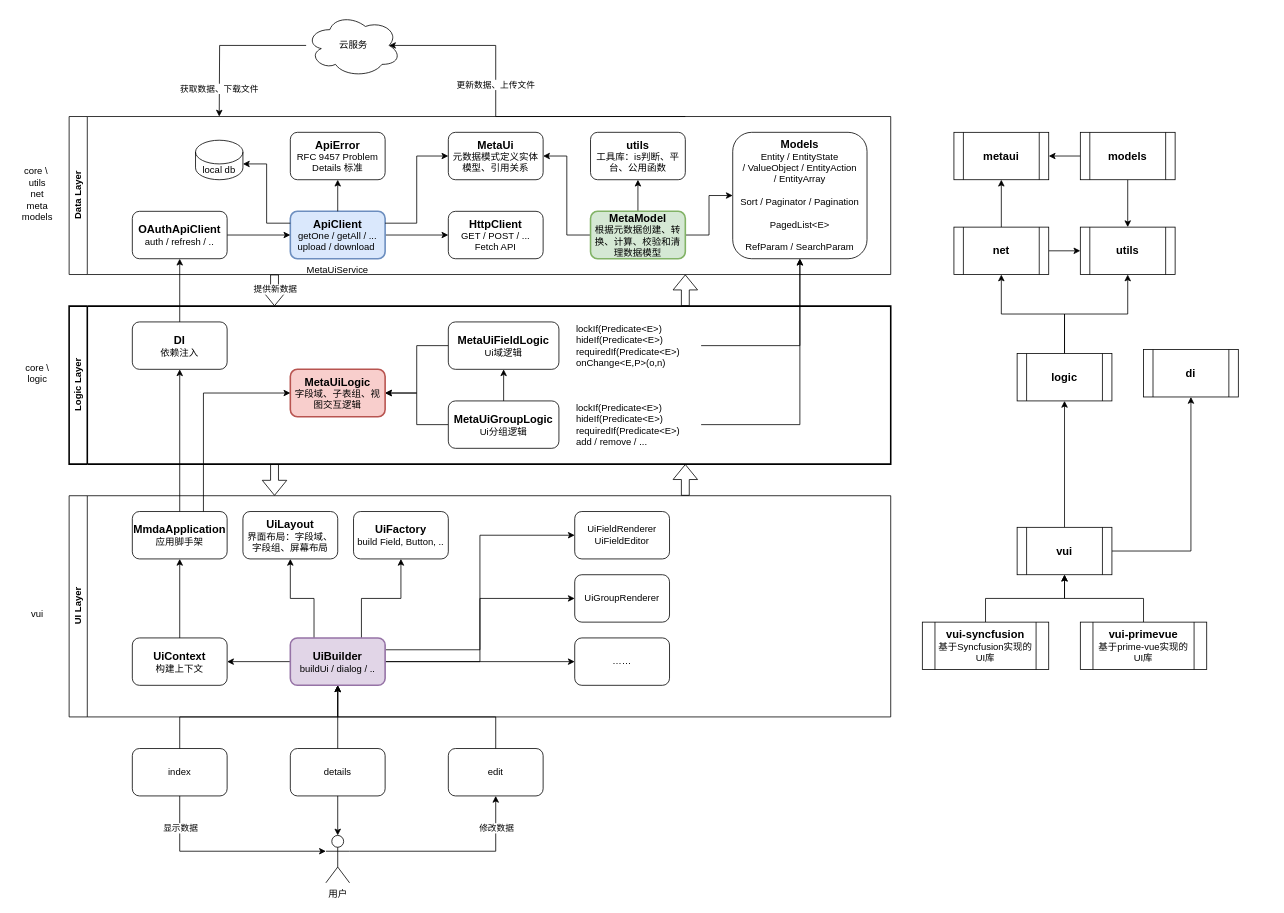
Earlier version of the draw.io diagram page "架构" (1 of 5) of docs/mmda-vue.drawio (Roy7611/mmda-vue). Source tidied: cells renumbered, new cells numbered last; positions are measured from the earlier drawing's top-left corner, leaving out a move shared by most shapes. Both pictures are drawn from the tidied source at 79%, with x=0, y=0 at pixel (13, 13).
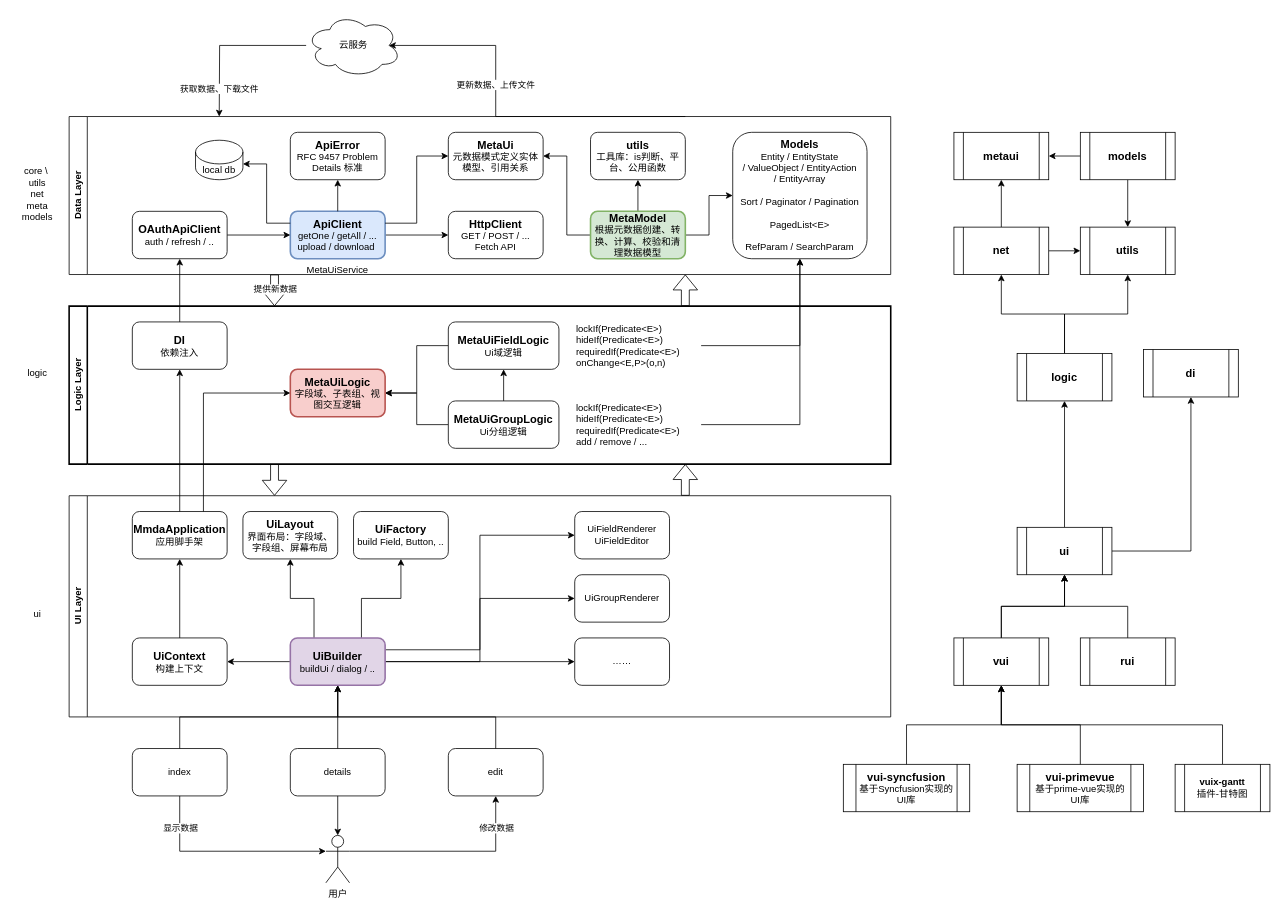
Above is the later version.

What changed in the source:
```diff
@@
-    <mxCell id="71" value="core \ logic" style="text;html=1;whiteSpace=wrap;strokeColor=none;fillColor=none;align=center;verticalAlign=middle;rounded=0;" parent="1" vertex="1">
+    <mxCell id="71" value="logic" style="text;html=1;whiteSpace=wrap;strokeColor=none;fillColor=none;align=center;verticalAlign=middle;rounded=0;" parent="1" vertex="1">
       <mxGeometry y="440" width="60" height="30" as="geometry" />
     </mxCell>
-    <mxCell id="72" value="&lt;div&gt;vui&lt;/div&gt;" style="text;html=1;whiteSpace=wrap;strokeColor=none;fillColor=none;align=center;verticalAlign=middle;rounded=0;" parent="1" vertex="1">
+    <mxCell id="72" value="&lt;div&gt;ui&lt;/div&gt;" style="text;html=1;whiteSpace=wrap;strokeColor=none;fillColor=none;align=center;verticalAlign=middle;rounded=0;" parent="1" vertex="1">
       <mxGeometry y="735" width="60" height="50" as="geometry" />
     </mxCell>
@@
-    <mxCell id="90" value="&lt;span&gt;vui&lt;/span&gt;" style="shape=process;whiteSpace=wrap;html=1;backgroundOutline=1;fontSize=14;fontStyle=1;" parent="1" vertex="1">
+    <mxCell id="90" value="&lt;span&gt;ui&lt;/span&gt;" style="shape=process;whiteSpace=wrap;html=1;backgroundOutline=1;fontSize=14;fontStyle=1;" parent="1" vertex="1">
       <mxGeometry x="1270" y="650" width="120" height="60" as="geometry" />
     </mxCell>
@@
-    <mxCell id="92" style="edgeStyle=orthogonalEdgeStyle;rounded=0;jettySize=auto;html=1;entryX=0.5;entryY=1;entryDx=0;entryDy=0;" parent="1" edge="1" source="93" target="90">
+    <mxCell id="92" style="edgeStyle=orthogonalEdgeStyle;rounded=0;jettySize=auto;html=1;entryX=0.5;entryY=1;entryDx=0;entryDy=0;" parent="1" edge="1" source="100" target="90">
       <mxGeometry relative="1" as="geometry" />
     </mxCell>
     <mxCell id="93" value="&lt;b&gt;&lt;font style=&quot;font-size: 14px;&quot;&gt;vui-syncfusion&lt;/font&gt;&lt;/b&gt;&lt;div&gt;基于Syncfusion实现的UI库&lt;/div&gt;" style="shape=process;whiteSpace=wrap;html=1;backgroundOutline=1;" parent="1" vertex="1">
-      <mxGeometry x="1150" y="770" width="160" height="60" as="geometry" />
+      <mxGeometry x="1050" y="950" width="160" height="60" as="geometry" />
     </mxCell>
-    <mxCell id="94" style="edgeStyle=orthogonalEdgeStyle;rounded=0;jettySize=auto;html=1;entryX=0.5;entryY=1;entryDx=0;entryDy=0;" parent="1" edge="1" source="95" target="90">
+    <mxCell id="94" style="edgeStyle=orthogonalEdgeStyle;rounded=0;jettySize=auto;html=1;entryX=0.5;entryY=1;entryDx=0;entryDy=0;" parent="1" edge="1" source="100" target="90">
       <mxGeometry relative="1" as="geometry" />
     </mxCell>
     <mxCell id="95" value="&lt;b&gt;&lt;font style=&quot;font-size: 14px;&quot;&gt;vui-primevue&lt;/font&gt;&lt;/b&gt;&lt;div&gt;基于prime-vue实现的&lt;/div&gt;&lt;div&gt;UI库&lt;/div&gt;" style="shape=process;whiteSpace=wrap;html=1;backgroundOutline=1;" parent="1" vertex="1">
-      <mxGeometry x="1350" y="770" width="160" height="60" as="geometry" />
+      <mxGeometry x="1270" y="950" width="160" height="60" as="geometry" />
     </mxCell>
+    <mxCell id="96" style="edgeStyle=orthogonalEdgeStyle;rounded=0;jettySize=auto;html=1;entryX=0.5;entryY=1;entryDx=0;entryDy=0;" parent="1" edge="1" source="95" target="100">
+      <mxGeometry relative="1" as="geometry" />
+    </mxCell>
+    <mxCell id="97" style="edgeStyle=orthogonalEdgeStyle;rounded=0;jettySize=auto;html=1;entryX=0.5;entryY=1;entryDx=0;entryDy=0;" parent="1" edge="1" source="98" target="90">
+      <mxGeometry relative="1" as="geometry" />
+    </mxCell>
+    <mxCell id="98" value="&lt;span&gt;rui&lt;/span&gt;" style="shape=process;whiteSpace=wrap;html=1;backgroundOutline=1;fontSize=14;fontStyle=1;" parent="1" vertex="1">
+      <mxGeometry x="1350" y="790" width="120" height="60" as="geometry" />
+    </mxCell>
+    <mxCell id="99" style="edgeStyle=orthogonalEdgeStyle;rounded=0;jettySize=auto;html=1;entryX=0.5;entryY=1;entryDx=0;entryDy=0;" parent="1" edge="1" source="93" target="100">
+      <mxGeometry relative="1" as="geometry" />
+    </mxCell>
+    <mxCell id="100" value="&lt;span&gt;vui&lt;/span&gt;" style="shape=process;whiteSpace=wrap;html=1;backgroundOutline=1;fontSize=14;fontStyle=1;" parent="1" vertex="1">
+      <mxGeometry x="1190" y="790" width="120" height="60" as="geometry" />
+    </mxCell>
+    <mxCell id="101" style="edgeStyle=orthogonalEdgeStyle;rounded=0;jettySize=auto;html=1;entryX=0.5;entryY=1;entryDx=0;entryDy=0;exitX=0.5;exitY=0;exitDx=0;exitDy=0;" parent="1" edge="1" source="102" target="100">
+      <mxGeometry relative="1" as="geometry" />
+    </mxCell>
+    <mxCell id="102" value="&lt;b&gt;vuix-gantt&lt;/b&gt;&lt;div&gt;插件-甘特图&lt;/div&gt;" style="shape=process;whiteSpace=wrap;html=1;backgroundOutline=1;" parent="1" vertex="1">
+      <mxGeometry x="1470" y="950" width="120" height="60" as="geometry" />
+    </mxCell>
```
